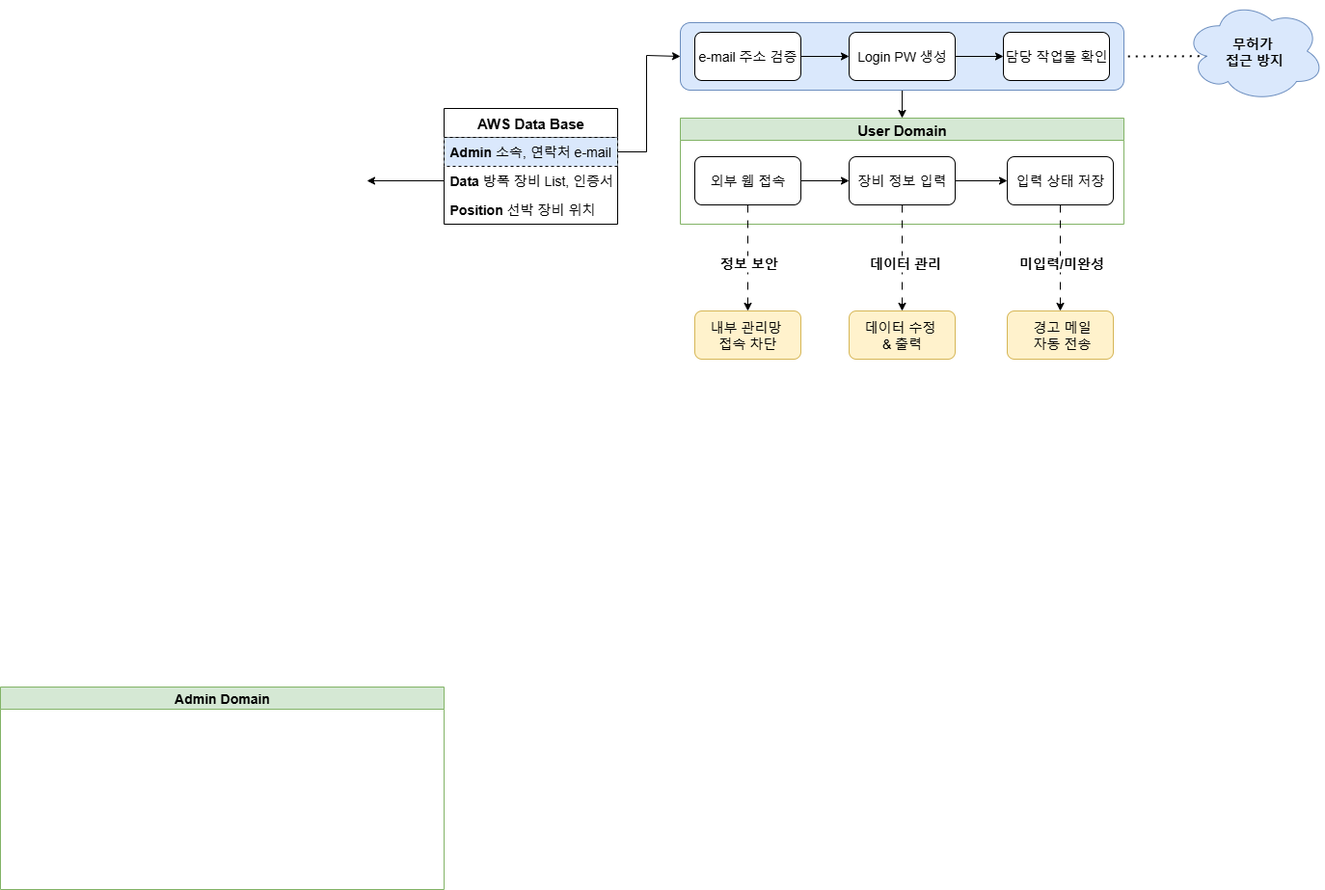
HD-Jinyeong/my_flask_app keeps this draw.io diagram as workflow/1013.drawio.png. Above is the earlier version. Source tidied: cells renumbered, new cells last; positions are measured from the earlier drawing's top-left corner, leaving out a move shared by most shapes.
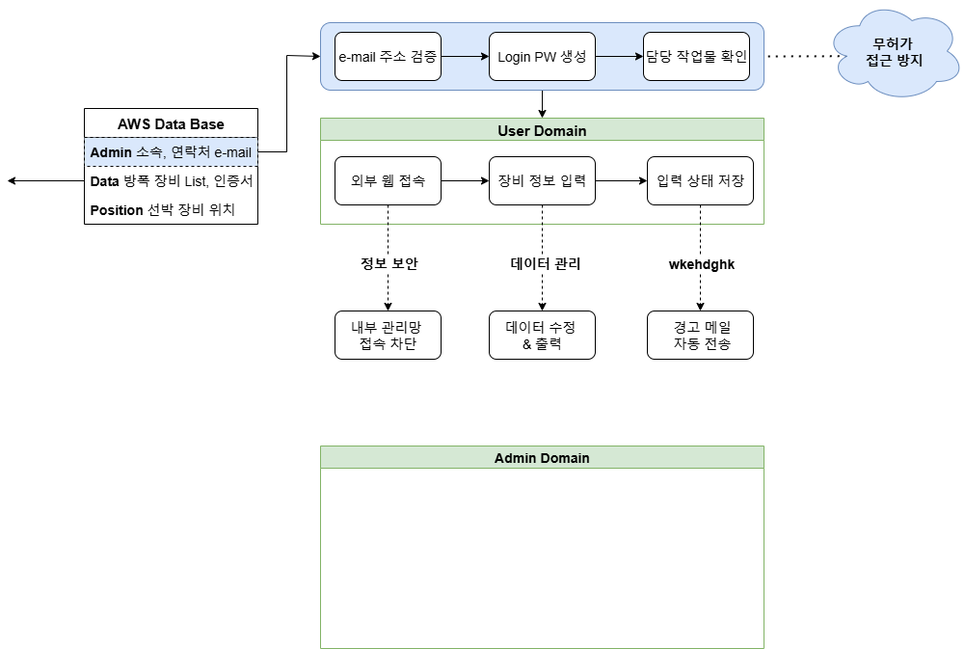
Above is the later version.

Change to the diagram source:
```diff
@@ -54,7 +54,7 @@
     <mxCell id="16" style="edgeStyle=orthogonalEdgeStyle;rounded=0;jettySize=auto;html=1;exitX=0.5;exitY=1;exitDx=0;exitDy=0;" parent="1" edge="1" source="19" target="10">
       <mxGeometry relative="1" as="geometry" />
     </mxCell>
-    <mxCell id="17" style="rounded=0;jettySize=auto;html=1;entryX=0.5;entryY=0;entryDx=0;entryDy=0;exitX=0.5;exitY=1;exitDx=0;exitDy=0;dashed=1;dashPattern=8 8;" parent="1" edge="1" source="11" target="32">
+    <mxCell id="17" style="rounded=0;jettySize=auto;html=1;entryX=0.5;entryY=0;entryDx=0;entryDy=0;exitX=0.5;exitY=1;exitDx=0;exitDy=0;dashed=1;" parent="1" edge="1" source="11" target="32">
       <mxGeometry relative="1" as="geometry" />
     </mxCell>
     <mxCell id="18" value="&lt;b&gt;&lt;font style=&quot;font-size: 14px;&quot;&gt;데이터 관리&lt;/font&gt;&lt;/b&gt;" style="edgeLabel;html=1;align=center;verticalAlign=middle;labelBackgroundColor=light-dark(#ffffff, #323200);" parent="17" vertex="1">
@@ -81,9 +81,9 @@
       <mxGeometry relative="1" as="geometry" />
     </mxCell>
     <mxCell id="25" value="&lt;font style=&quot;font-size: 14px;&quot;&gt;Admin Domain&lt;/font&gt;" style="swimlane;whiteSpace=wrap;html=1;fillColor=#d5e8d4;strokeColor=#82b366;" parent="1" vertex="1">
-      <mxGeometry y="712" width="460" height="210" as="geometry" />
+      <mxGeometry x="705" y="462" width="460" height="210" as="geometry" />
     </mxCell>
-    <mxCell id="26" style="rounded=0;jettySize=auto;html=1;entryX=0.5;entryY=0;entryDx=0;entryDy=0;exitX=0.5;exitY=1;exitDx=0;exitDy=0;dashed=1;dashPattern=8 8;" parent="1" edge="1" source="15" target="31">
+    <mxCell id="26" style="rounded=0;jettySize=auto;html=1;entryX=0.5;entryY=0;entryDx=0;entryDy=0;exitX=0.5;exitY=1;exitDx=0;exitDy=0;dashed=1;" parent="1" edge="1" source="15" target="31">
       <mxGeometry relative="1" as="geometry" />
     </mxCell>
     <mxCell id="27" value="&lt;b&gt;&lt;font style=&quot;font-size: 14px;&quot;&gt;정보 보안&lt;/font&gt;&lt;/b&gt;" style="edgeLabel;html=1;align=center;verticalAlign=middle;labelBackgroundColor=light-dark(#ffffff, #323200);" parent="26" vertex="1">
@@ -91,10 +91,10 @@
         <mxPoint x="-1" as="offset" />
       </mxGeometry>
     </mxCell>
-    <mxCell id="28" style="rounded=0;jettySize=auto;html=1;exitX=0.5;exitY=1;exitDx=0;exitDy=0;entryX=0.5;entryY=0;entryDx=0;entryDy=0;dashed=1;dashPattern=8 8;" parent="1" edge="1" source="12" target="33">
+    <mxCell id="28" style="rounded=0;jettySize=auto;html=1;exitX=0.5;exitY=1;exitDx=0;exitDy=0;entryX=0.5;entryY=0;entryDx=0;entryDy=0;dashed=1;" parent="1" edge="1" source="12" target="33">
       <mxGeometry relative="1" as="geometry" />
     </mxCell>
-    <mxCell id="29" value="&lt;b&gt;&lt;font style=&quot;font-size: 14px;&quot;&gt;미입력/미완성&lt;/font&gt;&lt;/b&gt;" style="edgeLabel;html=1;align=center;verticalAlign=middle;labelBackgroundColor=light-dark(#ffffff, #323200);" parent="28" vertex="1">
+    <mxCell id="29" value="&lt;span style=&quot;font-size: 14px;&quot;&gt;&lt;b&gt;wkehdghk&lt;/b&gt;&lt;/span&gt;" style="edgeLabel;html=1;align=center;verticalAlign=middle;labelBackgroundColor=light-dark(#ffffff, #323200);" parent="28" vertex="1">
       <mxGeometry x="0.12" y="1" relative="1" as="geometry">
         <mxPoint x="-1" y="-1" as="offset" />
       </mxGeometry>
@@ -102,13 +102,13 @@
     <mxCell id="30" style="group;" parent="1" vertex="1">
       <mxGeometry x="720" y="322" width="434" height="50" as="geometry" />
     </mxCell>
-    <mxCell id="31" value="&lt;span style=&quot;font-size: 14px;&quot;&gt;내부 관리망&amp;nbsp;&lt;/span&gt;&lt;div&gt;&lt;span style=&quot;font-size: 14px;&quot;&gt;접속 차단&lt;/span&gt;&lt;/div&gt;" style="whiteSpace=wrap;html=1;rounded=1;fillColor=#fff2cc;strokeColor=#d6b656;" parent="30" vertex="1">
+    <mxCell id="31" value="&lt;span style=&quot;font-size: 14px;&quot;&gt;내부 관리망&amp;nbsp;&lt;/span&gt;&lt;div&gt;&lt;span style=&quot;font-size: 14px;&quot;&gt;접속 차단&lt;/span&gt;&lt;/div&gt;" style="whiteSpace=wrap;html=1;rounded=1;" parent="30" vertex="1">
       <mxGeometry width="110" height="50" as="geometry" />
     </mxCell>
-    <mxCell id="32" value="&lt;font style=&quot;font-size: 14px;&quot;&gt;데이터 수정&amp;nbsp;&lt;/font&gt;&lt;div&gt;&lt;font style=&quot;font-size: 14px;&quot;&gt;&amp;amp; 출력&lt;/font&gt;&lt;/div&gt;" style="whiteSpace=wrap;html=1;rounded=1;fillColor=#fff2cc;strokeColor=#d6b656;" parent="30" vertex="1">
+    <mxCell id="32" value="&lt;font style=&quot;font-size: 14px;&quot;&gt;데이터 수정&amp;nbsp;&lt;/font&gt;&lt;div&gt;&lt;font style=&quot;font-size: 14px;&quot;&gt;&amp;amp; 출력&lt;/font&gt;&lt;/div&gt;" style="whiteSpace=wrap;html=1;rounded=1;" parent="30" vertex="1">
       <mxGeometry x="160" width="110" height="50" as="geometry" />
     </mxCell>
-    <mxCell id="33" value="&lt;font style=&quot;font-size: 14px;&quot;&gt;&amp;nbsp;경고 메일&lt;/font&gt;&lt;div&gt;&lt;font style=&quot;font-size: 14px;&quot;&gt;&amp;nbsp;자동 전송&lt;/font&gt;&lt;/div&gt;" style="whiteSpace=wrap;html=1;rounded=1;fillColor=#fff2cc;strokeColor=#d6b656;" parent="30" vertex="1">
+    <mxCell id="33" value="&lt;font style=&quot;font-size: 14px;&quot;&gt;&amp;nbsp;경고 메일&lt;/font&gt;&lt;div&gt;&lt;font style=&quot;font-size: 14px;&quot;&gt;&amp;nbsp;자동 전송&lt;/font&gt;&lt;/div&gt;" style="whiteSpace=wrap;html=1;rounded=1;" parent="30" vertex="1">
       <mxGeometry x="324" width="110" height="50" as="geometry" />
     </mxCell>
   </root>
```
